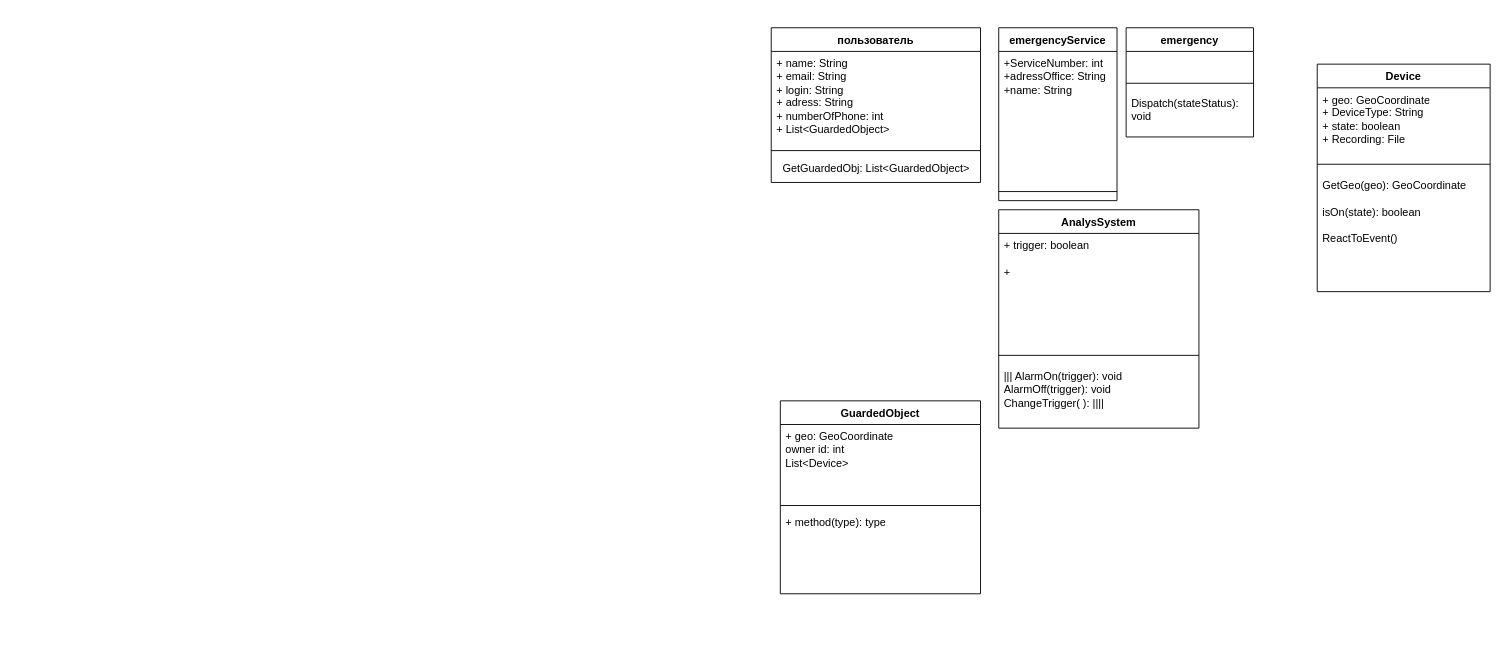
Earlier version of the draw.io diagram Laba6/6лб.drawio (xEmiliaN/istu-software-engineering). Source tidied: cells renumbered, new cells numbered last; positions are measured from the earlier drawing's top-left corner, leaving out a move shared by most shapes. Both pictures are drawn from the tidied source at 91%, with x=0, y=0 at pixel (771, 27).
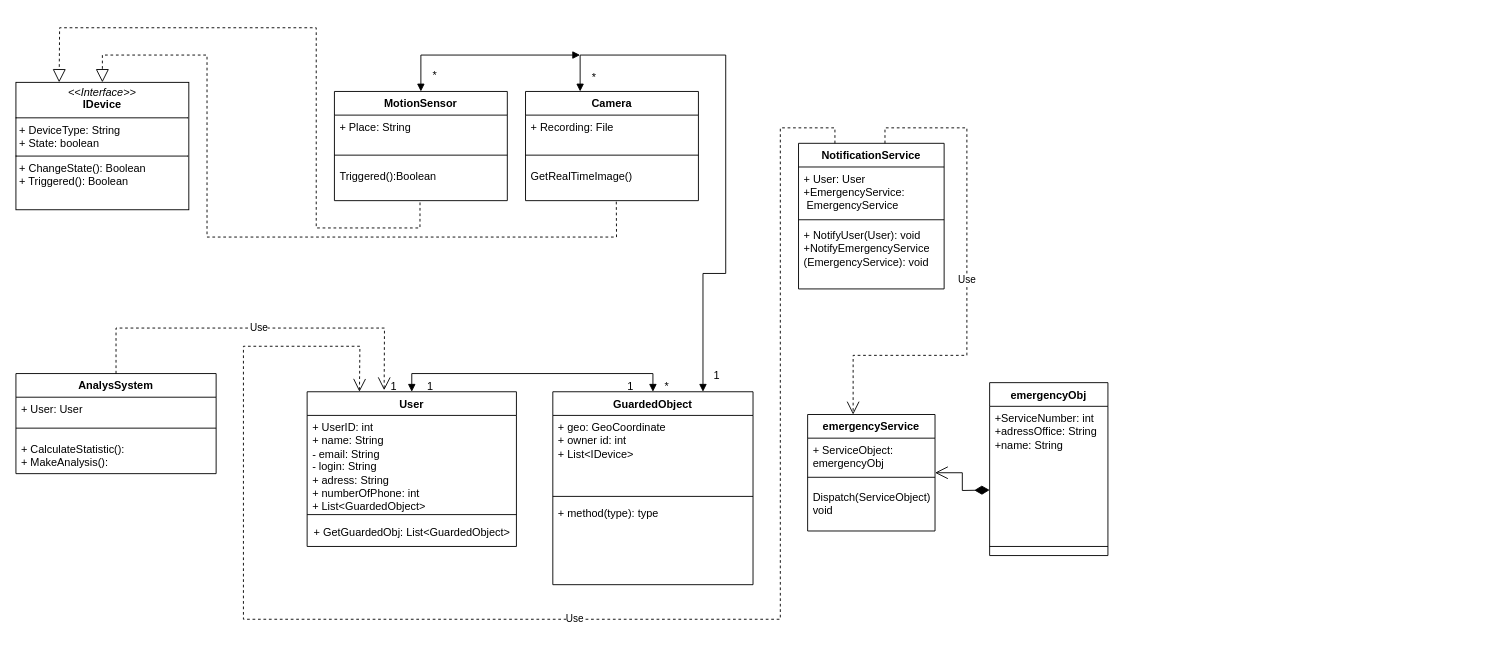
The same diagram, later.

Diff of the diagram source:
```diff
@@
     <mxCell id="2" value="GuardedObject" style="swimlane;fontStyle=1;align=center;verticalAlign=top;horizontal=1;startSize=26;whiteSpace=wrap;html=1;" parent="1" vertex="1">
-      <mxGeometry x="10" y="410" width="220" height="212" as="geometry" />
+      <mxGeometry x="-240" y="400" width="220" height="212" as="geometry" />
     </mxCell>
-    <mxCell id="3" value="+ geo: GeoCoordinate&amp;nbsp;&lt;br&gt;owner id: int&lt;div&gt;List&amp;lt;Device&amp;gt;&lt;br&gt;&lt;div&gt;&lt;br&gt;&lt;/div&gt;&lt;/div&gt;" style="text;strokeColor=none;fillColor=none;align=left;verticalAlign=top;spacingLeft=4;spacingRight=4;overflow=hidden;whiteSpace=wrap;html=1;" parent="2" vertex="1">
+    <mxCell id="3" value="+ geo: GeoCoordinate&amp;nbsp;&lt;br&gt;+ owner id: int&lt;div&gt;+ List&amp;lt;IDevice&amp;gt;&lt;br&gt;&lt;div&gt;&lt;br&gt;&lt;/div&gt;&lt;/div&gt;" style="text;strokeColor=none;fillColor=none;align=left;verticalAlign=top;spacingLeft=4;spacingRight=4;overflow=hidden;whiteSpace=wrap;html=1;" parent="2" vertex="1">
       <mxGeometry y="26" width="220" height="84" as="geometry" />
     </mxCell>
@@
-    <mxCell id="6" value="пользователь" style="swimlane;fontStyle=1;align=center;verticalAlign=top;horizontal=1;startSize=26;whiteSpace=wrap;html=1;" parent="1" vertex="1">
-      <mxGeometry width="230" height="170" as="geometry" />
+    <mxCell id="6" value="User" style="swimlane;fontStyle=1;align=center;verticalAlign=top;horizontal=1;startSize=26;whiteSpace=wrap;html=1;" parent="1" vertex="1">
+      <mxGeometry x="-510" y="400" width="230" height="170" as="geometry" />
     </mxCell>
-    <mxCell id="7" value="+ name: String&lt;div&gt;+ email: String&lt;br&gt;&lt;div&gt;+ login: String&lt;br&gt;&lt;div&gt;+ adress: String&lt;/div&gt;&lt;div&gt;+ numberOfPhone: int&lt;/div&gt;&lt;div&gt;+ List&amp;lt;&lt;span style=&quot;text-align: center; background-color: initial;&quot;&gt;GuardedObject&lt;/span&gt;&lt;span style=&quot;background-color: initial;&quot;&gt;&amp;gt;&lt;/span&gt;&lt;/div&gt;&lt;div&gt;&lt;span style=&quot;background-color: initial;&quot;&gt;&lt;br&gt;&lt;/span&gt;&lt;/div&gt;&lt;div&gt;&lt;span style=&quot;background-color: initial;&quot;&gt;&lt;br&gt;&lt;/span&gt;&lt;/div&gt;&lt;div&gt;&lt;span style=&quot;background-color: initial;&quot;&gt;&lt;br&gt;&lt;/span&gt;&lt;/div&gt;&lt;div&gt;&lt;br&gt;&lt;/div&gt;&lt;/div&gt;&lt;/div&gt;" style="text;strokeColor=none;fillColor=none;align=left;verticalAlign=top;spacingLeft=4;spacingRight=4;overflow=hidden;whiteSpace=wrap;html=1;" parent="6" vertex="1">
+    <mxCell id="7" value="&lt;div&gt;+ UserID: int&lt;/div&gt;+ name: String&lt;div&gt;- email: String&lt;br&gt;&lt;div&gt;- login: String&lt;br&gt;&lt;div&gt;+ adress: String&lt;/div&gt;&lt;div&gt;+ numberOfPhone: int&lt;/div&gt;&lt;div&gt;+ List&amp;lt;&lt;span style=&quot;text-align: center; background-color: initial;&quot;&gt;GuardedObject&lt;/span&gt;&lt;span style=&quot;background-color: initial;&quot;&gt;&amp;gt;&lt;/span&gt;&lt;/div&gt;&lt;div&gt;&lt;span style=&quot;background-color: initial;&quot;&gt;&lt;br&gt;&lt;/span&gt;&lt;/div&gt;&lt;div&gt;&lt;span style=&quot;background-color: initial;&quot;&gt;&lt;br&gt;&lt;/span&gt;&lt;/div&gt;&lt;div&gt;&lt;span style=&quot;background-color: initial;&quot;&gt;&lt;br&gt;&lt;/span&gt;&lt;/div&gt;&lt;div&gt;&lt;br&gt;&lt;/div&gt;&lt;/div&gt;&lt;/div&gt;" style="text;strokeColor=none;fillColor=none;align=left;verticalAlign=top;spacingLeft=4;spacingRight=4;overflow=hidden;whiteSpace=wrap;html=1;" parent="6" vertex="1">
       <mxGeometry y="26" width="230" height="104" as="geometry" />
     </mxCell>
@@
-    <mxCell id="9" value="GetGuardedObj: List&amp;lt;GuardedObject&amp;gt;" style="text;html=1;align=center;verticalAlign=middle;strokeColor=none;fillColor=none;" parent="6" vertex="1">
+    <mxCell id="9" value="+ GetGuardedObj: List&amp;lt;GuardedObject&amp;gt;" style="text;html=1;align=center;verticalAlign=middle;strokeColor=none;fillColor=none;" parent="6" vertex="1">
       <mxGeometry y="140" width="230" height="30" as="geometry" />
     </mxCell>
-    <mxCell id="10" value="Device" style="swimlane;fontStyle=1;align=center;verticalAlign=top;horizontal=1;startSize=26;whiteSpace=wrap;html=1;" parent="1" vertex="1">
-      <mxGeometry x="600" y="40" width="190" height="250" as="geometry" />
-    </mxCell>
-    <mxCell id="11" value="+ geo: GeoCoordinate&lt;div&gt;&lt;span style=&quot;background-color: initial;&quot;&gt;+ DeviceType: String&lt;/span&gt;&lt;br&gt;&lt;/div&gt;&lt;div&gt;&lt;span style=&quot;background-color: initial;&quot;&gt;+ state: boolean&lt;/span&gt;&lt;/div&gt;&lt;div&gt;&lt;span style=&quot;background-color: initial;&quot;&gt;+ Recording: File&lt;/span&gt;&lt;/div&gt;&lt;div&gt;&lt;br&gt;&lt;/div&gt;" style="text;strokeColor=none;fillColor=none;align=left;verticalAlign=top;spacingLeft=4;spacingRight=4;overflow=hidden;whiteSpace=wrap;html=1;" parent="10" vertex="1">
-      <mxGeometry y="26" width="190" height="74" as="geometry" />
-    </mxCell>
-    <mxCell id="12" style="line;strokeWidth=1;fillColor=none;align=left;verticalAlign=middle;spacingTop=-1;spacingLeft=3;spacingRight=3;labelPosition=right;strokeColor=inherit;" parent="10" vertex="1">
-      <mxGeometry y="100" width="190" height="20" as="geometry" />
-    </mxCell>
-    <mxCell id="13" value="&lt;div&gt;&lt;div&gt;GetGeo(geo):&amp;nbsp;&lt;span style=&quot;background-color: initial;&quot;&gt;GeoCoordinate&lt;/span&gt;&lt;/div&gt;&lt;/div&gt;&lt;div&gt;&lt;span style=&quot;background-color: initial;&quot;&gt;&lt;br&gt;&lt;/span&gt;&lt;/div&gt;&lt;div&gt;isOn(state): boolean&lt;/div&gt;&lt;div&gt;&lt;br&gt;&lt;/div&gt;&lt;div&gt;ReactToEvent()&lt;/div&gt;" style="text;strokeColor=none;fillColor=none;align=left;verticalAlign=top;spacingLeft=4;spacingRight=4;overflow=hidden;whiteSpace=wrap;html=1;" parent="10" vertex="1">
-      <mxGeometry y="120" width="190" height="130" as="geometry" />
-    </mxCell>
-    <mxCell id="14" value="emergencyService" style="swimlane;fontStyle=1;align=center;verticalAlign=top;horizontal=1;startSize=26;whiteSpace=wrap;html=1;" parent="1" vertex="1">
-      <mxGeometry x="250" width="130" height="190" as="geometry" />
+    <mxCell id="14" value="emergencyObj&lt;div&gt;&lt;br&gt;&lt;/div&gt;" style="swimlane;fontStyle=1;align=center;verticalAlign=top;horizontal=1;startSize=26;whiteSpace=wrap;html=1;" parent="1" vertex="1">
+      <mxGeometry x="240" y="390" width="130" height="190" as="geometry" />
     </mxCell>
@@
     <mxCell id="17" value="AnalysSystem" style="swimlane;fontStyle=1;align=center;verticalAlign=top;horizontal=1;startSize=26;whiteSpace=wrap;html=1;" parent="1" vertex="1">
-      <mxGeometry x="250" y="200" width="220" height="240" as="geometry" />
+      <mxGeometry x="-830" y="380" width="220" height="110" as="geometry" />
     </mxCell>
-    <mxCell id="18" value="&lt;div&gt;+ trigger: boolean&lt;/div&gt;&lt;div&gt;&amp;nbsp;&lt;/div&gt;&lt;div&gt;+&amp;nbsp;&lt;/div&gt;" style="text;strokeColor=none;fillColor=none;align=left;verticalAlign=top;spacingLeft=4;spacingRight=4;overflow=hidden;whiteSpace=wrap;html=1;" parent="17" vertex="1">
-      <mxGeometry y="26" width="220" height="124" as="geometry" />
+    <mxCell id="18" value="&lt;div&gt;+ User: User&lt;/div&gt;" style="text;strokeColor=none;fillColor=none;align=left;verticalAlign=top;spacingLeft=4;spacingRight=4;overflow=hidden;whiteSpace=wrap;html=1;" parent="17" vertex="1">
+      <mxGeometry y="26" width="220" height="24" as="geometry" />
     </mxCell>
     <mxCell id="19" style="line;strokeWidth=1;fillColor=none;align=left;verticalAlign=middle;spacingTop=-1;spacingLeft=3;spacingRight=3;labelPosition=right;strokeColor=inherit;" parent="17" vertex="1">
-      <mxGeometry y="150" width="220" height="20" as="geometry" />
+      <mxGeometry y="50" width="220" height="20" as="geometry" />
     </mxCell>
-    <mxCell id="20" value="||| AlarmOn(trigger): void&lt;div&gt;AlarmOff(&lt;span style=&quot;background-color: initial;&quot;&gt;trigger&lt;/span&gt;&lt;span style=&quot;background-color: initial;&quot;&gt;): void&lt;/span&gt;&lt;/div&gt;&lt;div&gt;&lt;span style=&quot;background-color: initial;&quot;&gt;ChangeTrigger( ): ||||&lt;/span&gt;&lt;/div&gt;" style="text;strokeColor=none;fillColor=none;align=left;verticalAlign=top;spacingLeft=4;spacingRight=4;overflow=hidden;whiteSpace=wrap;html=1;" parent="17" vertex="1">
-      <mxGeometry y="170" width="220" height="70" as="geometry" />
+    <mxCell id="20" value="&lt;div&gt;&lt;span style=&quot;background-color: initial;&quot;&gt;+ CalculateStatistic():&lt;/span&gt;&lt;/div&gt;&lt;div&gt;+ MakeAnalysis():&lt;/div&gt;" style="text;strokeColor=none;fillColor=none;align=left;verticalAlign=top;spacingLeft=4;spacingRight=4;overflow=hidden;whiteSpace=wrap;html=1;" parent="17" vertex="1">
+      <mxGeometry y="70" width="220" height="40" as="geometry" />
     </mxCell>
-    <mxCell id="21" value="emergency" style="swimlane;fontStyle=1;align=center;verticalAlign=top;horizontal=1;startSize=26;whiteSpace=wrap;html=1;" parent="1" vertex="1">
-      <mxGeometry x="390" width="140" height="120" as="geometry" />
+    <mxCell id="21" value="emergencyService" style="swimlane;fontStyle=1;align=center;verticalAlign=top;horizontal=1;startSize=26;whiteSpace=wrap;html=1;" parent="1" vertex="1">
+      <mxGeometry x="40" y="425" width="140" height="128" as="geometry" />
     </mxCell>
-    <mxCell id="22" value="&lt;div&gt;&lt;br&gt;&lt;/div&gt;" style="text;strokeColor=none;fillColor=none;align=left;verticalAlign=top;spacingLeft=4;spacingRight=4;overflow=hidden;whiteSpace=wrap;html=1;" parent="21" vertex="1">
-      <mxGeometry y="26" width="140" height="26" as="geometry" />
+    <mxCell id="22" value="+ ServiceObject: emergencyObj" style="text;strokeColor=none;fillColor=none;align=left;verticalAlign=top;spacingLeft=4;spacingRight=4;overflow=hidden;whiteSpace=wrap;html=1;" parent="21" vertex="1">
+      <mxGeometry y="26" width="140" height="34" as="geometry" />
     </mxCell>
     <mxCell id="23" style="line;strokeWidth=1;fillColor=none;align=left;verticalAlign=middle;spacingTop=-1;spacingLeft=3;spacingRight=3;labelPosition=right;strokeColor=inherit;" parent="21" vertex="1">
-      <mxGeometry y="52" width="140" height="18" as="geometry" />
+      <mxGeometry y="60" width="140" height="18" as="geometry" />
     </mxCell>
-    <mxCell id="24" value="Dispatch(stateStatus): void" style="text;strokeColor=none;fillColor=none;align=left;verticalAlign=top;spacingLeft=4;spacingRight=4;overflow=hidden;whiteSpace=wrap;html=1;" parent="21" vertex="1">
-      <mxGeometry y="70" width="140" height="50" as="geometry" />
+    <mxCell id="24" value="Dispatch(ServiceObject): void" style="text;strokeColor=none;fillColor=none;align=left;verticalAlign=top;spacingLeft=4;spacingRight=4;overflow=hidden;whiteSpace=wrap;html=1;" parent="21" vertex="1">
+      <mxGeometry y="78" width="140" height="50" as="geometry" />
     </mxCell>
+    <mxCell id="25" value="&lt;p style=&quot;margin:0px;margin-top:4px;text-align:center;&quot;&gt;&lt;i&gt;&amp;lt;&amp;lt;Interface&amp;gt;&amp;gt;&lt;/i&gt;&lt;br&gt;&lt;b&gt;IDevice&lt;/b&gt;&lt;/p&gt;&lt;hr size=&quot;1&quot; style=&quot;border-style:solid;&quot;&gt;&lt;p style=&quot;margin:0px;margin-left:4px;&quot;&gt;+ DeviceType: String&lt;br&gt;+ State: boolean&lt;/p&gt;&lt;hr size=&quot;1&quot; style=&quot;border-style:solid;&quot;&gt;&lt;p style=&quot;margin:0px;margin-left:4px;&quot;&gt;+ ChangeState(): Boolean&lt;br&gt;+ Triggered(): Boolean&lt;/p&gt;" style="verticalAlign=top;align=left;overflow=fill;html=1;whiteSpace=wrap;" parent="1" vertex="1">
+      <mxGeometry x="-830" y="60" width="190" height="140" as="geometry" />
+    </mxCell>
+    <mxCell id="26" style="endArrow=open;html=1;endSize=12;startArrow=diamondThin;startSize=14;startFill=1;edgeStyle=orthogonalEdgeStyle;align=left;verticalAlign=bottom;rounded=0;exitX=0;exitY=0.5;exitDx=0;exitDy=0;entryX=1;entryY=0.5;entryDx=0;entryDy=0;" parent="1" edge="1" target="21">
+      <mxGeometry x="-1" y="3" relative="1" as="geometry">
+        <mxPoint x="240" y="508" as="sourcePoint" />
+      </mxGeometry>
+    </mxCell>
+    <mxCell id="27" value="Camera" style="swimlane;fontStyle=1;align=center;verticalAlign=top;horizontal=1;startSize=26;whiteSpace=wrap;html=1;" parent="1" vertex="1">
+      <mxGeometry x="-270" y="70" width="190" height="120" as="geometry" />
+    </mxCell>
+    <mxCell id="28" value="&lt;div&gt;&lt;span style=&quot;background-color: initial;&quot;&gt;+ Recording: File&lt;/span&gt;&lt;/div&gt;&lt;div&gt;&lt;br&gt;&lt;/div&gt;" style="text;strokeColor=none;fillColor=none;align=left;verticalAlign=top;spacingLeft=4;spacingRight=4;overflow=hidden;whiteSpace=wrap;html=1;" parent="27" vertex="1">
+      <mxGeometry y="26" width="190" height="34" as="geometry" />
+    </mxCell>
+    <mxCell id="29" style="line;strokeWidth=1;fillColor=none;align=left;verticalAlign=middle;spacingTop=-1;spacingLeft=3;spacingRight=3;labelPosition=right;strokeColor=inherit;" parent="27" vertex="1">
+      <mxGeometry y="60" width="190" height="20" as="geometry" />
+    </mxCell>
+    <mxCell id="30" value="&lt;div&gt;&lt;div&gt;GetRealTimeImage()&lt;/div&gt;&lt;/div&gt;" style="text;strokeColor=none;fillColor=none;align=left;verticalAlign=top;spacingLeft=4;spacingRight=4;overflow=hidden;points=[[0,0.5],[1,0.5]];portConstraint=eastwest;whiteSpace=wrap;html=1;" parent="27" vertex="1">
+      <mxGeometry y="80" width="190" height="40" as="geometry" />
+    </mxCell>
+    <mxCell id="31" value="MotionSensor" style="swimlane;fontStyle=1;align=center;verticalAlign=top;horizontal=1;startSize=26;whiteSpace=wrap;html=1;" parent="1" vertex="1">
+      <mxGeometry x="-480" y="70" width="190" height="120" as="geometry" />
+    </mxCell>
+    <mxCell id="32" value="&lt;div&gt;+ Place: String&lt;/div&gt;" style="text;strokeColor=none;fillColor=none;align=left;verticalAlign=top;spacingLeft=4;spacingRight=4;overflow=hidden;whiteSpace=wrap;html=1;" parent="31" vertex="1">
+      <mxGeometry y="26" width="190" height="34" as="geometry" />
+    </mxCell>
+    <mxCell id="33" style="line;strokeWidth=1;fillColor=none;align=left;verticalAlign=middle;spacingTop=-1;spacingLeft=3;spacingRight=3;labelPosition=right;strokeColor=inherit;" parent="31" vertex="1">
+      <mxGeometry y="60" width="190" height="20" as="geometry" />
+    </mxCell>
+    <mxCell id="34" value="Triggered():Boolean" style="text;strokeColor=none;fillColor=none;align=left;verticalAlign=top;spacingLeft=4;spacingRight=4;overflow=hidden;points=[[0,0.5],[1,0.5]];portConstraint=eastwest;whiteSpace=wrap;html=1;" parent="31" vertex="1">
+      <mxGeometry y="80" width="190" height="40" as="geometry" />
+    </mxCell>
+    <mxCell id="35" style="endArrow=block;dashed=1;endFill=0;endSize=12;html=1;rounded=0;entryX=0.5;entryY=0;entryDx=0;entryDy=0;exitX=0.525;exitY=1.028;exitDx=0;exitDy=0;exitPerimeter=0;" parent="1" edge="1" source="30" target="25">
+      <mxGeometry relative="1" as="geometry">
+        <Array as="points">
+          <mxPoint x="-170" y="230" />
+          <mxPoint x="-620" y="230" />
+          <mxPoint x="-620" y="30" />
+          <mxPoint x="-735" y="30" />
+        </Array>
+      </mxGeometry>
+    </mxCell>
+    <mxCell id="36" style="endArrow=block;dashed=1;endFill=0;endSize=12;html=1;rounded=0;exitX=0.495;exitY=1.05;exitDx=0;exitDy=0;exitPerimeter=0;entryX=0.25;entryY=0;entryDx=0;entryDy=0;" parent="1" edge="1" source="34" target="25">
+      <mxGeometry relative="1" as="geometry">
+        <Array as="points">
+          <mxPoint x="-386" y="220" />
+          <mxPoint x="-500" y="220" />
+          <mxPoint x="-500" />
+          <mxPoint x="-782" />
+        </Array>
+      </mxGeometry>
+    </mxCell>
+    <mxCell id="37" value="NotificationService" style="swimlane;fontStyle=1;align=center;verticalAlign=top;horizontal=1;startSize=26;whiteSpace=wrap;html=1;" parent="1" vertex="1">
+      <mxGeometry x="30" y="127" width="160" height="160" as="geometry" />
+    </mxCell>
+    <mxCell id="38" value="+ User: User&lt;div&gt;+EmergencyService:&lt;/div&gt;&lt;div&gt;&amp;nbsp;&lt;span style=&quot;background-color: initial;&quot;&gt;EmergencyService&lt;/span&gt;&lt;span style=&quot;background-color: initial;&quot;&gt;&amp;nbsp;&lt;/span&gt;&lt;/div&gt;" style="text;strokeColor=none;fillColor=none;align=left;verticalAlign=top;spacingLeft=4;spacingRight=4;overflow=hidden;whiteSpace=wrap;html=1;" parent="37" vertex="1">
+      <mxGeometry y="26" width="160" height="54" as="geometry" />
+    </mxCell>
+    <mxCell id="39" style="line;strokeWidth=1;fillColor=none;align=left;verticalAlign=middle;spacingTop=-1;spacingLeft=3;spacingRight=3;labelPosition=right;strokeColor=inherit;" parent="37" vertex="1">
+      <mxGeometry y="80" width="160" height="8" as="geometry" />
+    </mxCell>
+    <mxCell id="40" value="+ NotifyUser(User): void&lt;div&gt;+NotifyEmergencyService&lt;/div&gt;&lt;div&gt;(&lt;span style=&quot;background-color: initial;&quot;&gt;EmergencyService&lt;/span&gt;&lt;span style=&quot;background-color: initial;&quot;&gt;): void&lt;/span&gt;&lt;/div&gt;" style="text;strokeColor=none;fillColor=none;align=left;verticalAlign=top;spacingLeft=4;spacingRight=4;overflow=hidden;whiteSpace=wrap;html=1;" parent="37" vertex="1">
+      <mxGeometry y="88" width="160" height="72" as="geometry" />
+    </mxCell>
+    <mxCell id="41" style="endArrow=block;startArrow=block;endFill=1;startFill=1;html=1;rounded=0;exitX=0.5;exitY=0;exitDx=0;exitDy=0;entryX=0.5;entryY=0;entryDx=0;entryDy=0;" parent="1" edge="1" source="6" target="2">
+      <mxGeometry relative="1" as="geometry">
+        <Array as="points">
+          <mxPoint x="-395" y="380" />
+          <mxPoint x="-130" y="380" />
+        </Array>
+      </mxGeometry>
+    </mxCell>
+    <mxCell id="42" style="endArrow=block;startArrow=block;endFill=1;startFill=1;html=1;rounded=0;exitX=0.5;exitY=0;exitDx=0;exitDy=0;" parent="1" edge="1" source="31">
+      <mxGeometry relative="1" as="geometry">
+        <mxPoint x="-210" y="30" as="targetPoint" />
+        <Array as="points">
+          <mxPoint x="-385" y="30" />
+        </Array>
+      </mxGeometry>
+    </mxCell>
+    <mxCell id="43" style="endArrow=block;startArrow=block;endFill=1;startFill=1;html=1;rounded=0;exitX=0.5;exitY=0;exitDx=0;exitDy=0;entryX=0.75;entryY=0;entryDx=0;entryDy=0;" parent="1" edge="1" target="2">
+      <mxGeometry relative="1" as="geometry">
+        <mxPoint x="-210" y="70" as="sourcePoint" />
+        <Array as="points">
+          <mxPoint x="-210" y="30" />
+          <mxPoint x="-50" y="30" />
+          <mxPoint x="-50" y="270" />
+          <mxPoint x="-75" y="270" />
+        </Array>
+      </mxGeometry>
+    </mxCell>
+    <mxCell id="44" value="*" style="text;html=1;align=center;verticalAlign=middle;strokeColor=none;fillColor=none;" parent="1" vertex="1">
+      <mxGeometry x="-385" y="38" width="30" height="30" as="geometry" />
+    </mxCell>
+    <mxCell id="45" value="*" style="text;html=1;align=center;verticalAlign=middle;strokeColor=none;fillColor=none;" parent="1" vertex="1">
+      <mxGeometry x="-210" y="40" width="30" height="30" as="geometry" />
+    </mxCell>
+    <mxCell id="46" value="1" style="text;html=1;align=center;verticalAlign=middle;strokeColor=none;fillColor=none;" parent="1" vertex="1">
+      <mxGeometry x="-75" y="368" width="30" height="30" as="geometry" />
+    </mxCell>
+    <mxCell id="47" value="Use" style="endArrow=open;endSize=12;dashed=1;html=1;rounded=0;exitX=0.25;exitY=0;exitDx=0;exitDy=0;entryX=0.25;entryY=0;entryDx=0;entryDy=0;" parent="1" edge="1" source="37" target="6">
+      <mxGeometry relative="1" as="geometry">
+        <Array as="points">
+          <mxPoint x="70" y="110" />
+          <mxPoint x="10" y="110" />
+          <mxPoint x="10" y="650" />
+          <mxPoint x="-580" y="650" />
+          <mxPoint x="-580" y="350" />
+          <mxPoint x="-452" y="350" />
+        </Array>
+      </mxGeometry>
+    </mxCell>
+    <mxCell id="48" value="Use" style="endArrow=open;endSize=12;dashed=1;html=1;rounded=0;exitX=0.5;exitY=0;exitDx=0;exitDy=0;entryX=0.25;entryY=0;entryDx=0;entryDy=0;" parent="1" edge="1">
+      <mxGeometry relative="1" as="geometry">
+        <mxPoint x="125" y="127" as="sourcePoint" />
+        <mxPoint x="90" y="425" as="targetPoint" />
+        <Array as="points">
+          <mxPoint x="125" y="110" />
+          <mxPoint x="215" y="110" />
+          <mxPoint x="215" y="360" />
+          <mxPoint x="90" y="360" />
+        </Array>
+      </mxGeometry>
+    </mxCell>
+    <mxCell id="49" value="Use" style="endArrow=open;endSize=12;dashed=1;html=1;rounded=0;exitX=0.5;exitY=0;exitDx=0;exitDy=0;entryX=0.368;entryY=-0.01;entryDx=0;entryDy=0;entryPerimeter=0;" parent="1" edge="1" source="17" target="6">
+      <mxGeometry relative="1" as="geometry">
+        <Array as="points">
+          <mxPoint x="-720" y="330" />
+          <mxPoint x="-425" y="330" />
+        </Array>
+      </mxGeometry>
+    </mxCell>
+    <mxCell id="50" value="1" style="text;html=1;align=center;verticalAlign=middle;strokeColor=none;fillColor=none;" parent="1" vertex="1">
+      <mxGeometry x="-390" y="380" width="30" height="30" as="geometry" />
+    </mxCell>
+    <mxCell id="51" value="*" style="text;html=1;align=center;verticalAlign=middle;strokeColor=none;fillColor=none;" parent="1" vertex="1">
+      <mxGeometry x="-130" y="380" width="30" height="30" as="geometry" />
+    </mxCell>
+    <mxCell id="52" value="1" style="text;html=1;align=center;verticalAlign=middle;strokeColor=none;fillColor=none;" parent="1" vertex="1">
+      <mxGeometry x="-170" y="380" width="30" height="30" as="geometry" />
+    </mxCell>
+    <mxCell id="53" value="1" style="text;html=1;align=center;verticalAlign=middle;strokeColor=none;fillColor=none;" parent="1" vertex="1">
+      <mxGeometry x="-430" y="380" width="30" height="30" as="geometry" />
+    </mxCell>
```
